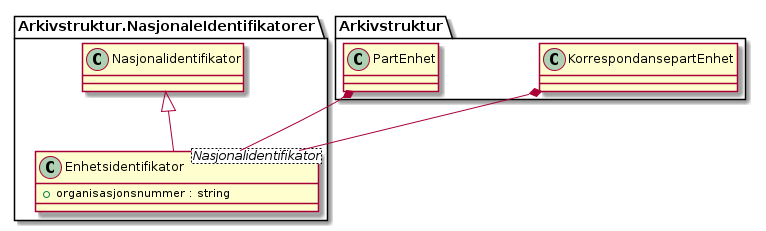
arkivverket/noark5-tjenestegrensesnitt-standard keeps this PlantUML diagram as kapitler/media/uml-class-enhetsidentifikator.png. Above is the earlier version.
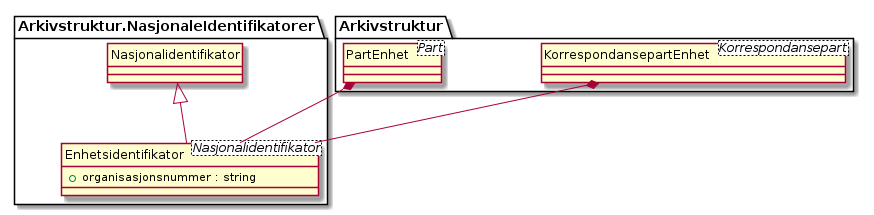
Above is the later version.

The edit, as a diff of the source:
```diff
@@ -1,9 +1,16 @@
 @startuml
 skinparam nodesep 100
+hide circle
 class Arkivstruktur.NasjonaleIdentifikatorer.Enhetsidentifikator <Nasjonalidentifikator> {
   +organisasjonsnummer : string
 }
+class Arkivstruktur.KorrespondansepartEnhet <Korrespondansepart> {
+}
 Arkivstruktur.KorrespondansepartEnhet *-- Arkivstruktur.NasjonaleIdentifikatorer.Enhetsidentifikator
+class Arkivstruktur.NasjonaleIdentifikatorer.Nasjonalidentifikator {
+}
 Arkivstruktur.NasjonaleIdentifikatorer.Nasjonalidentifikator <|-- Arkivstruktur.NasjonaleIdentifikatorer.Enhetsidentifikator
+class Arkivstruktur.PartEnhet <Part> {
+}
 Arkivstruktur.PartEnhet *-- Arkivstruktur.NasjonaleIdentifikatorer.Enhetsidentifikator
 @enduml
```
